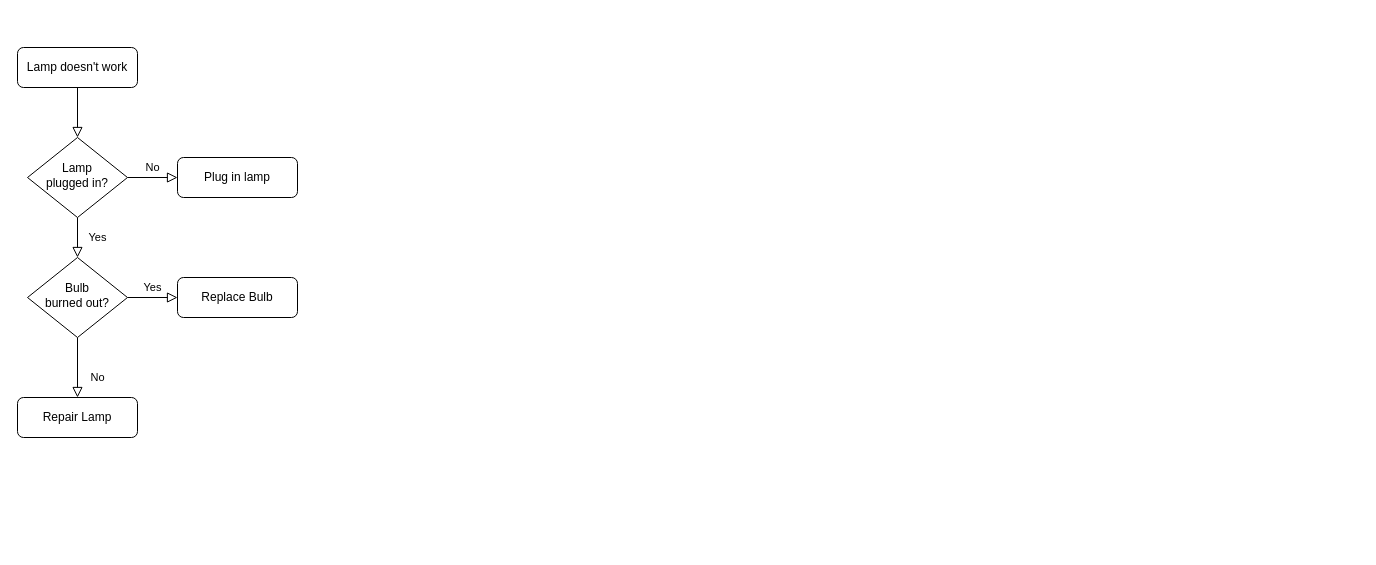
Above: Untitled Diagram.drawio in kimsk920825/daily_commit (draw.io), before the change. Source tidied: cells renumbered, new cells numbered last; positions are measured from the earlier drawing's top-left corner, leaving out a move shared by most shapes. Both pictures are drawn from the tidied source at 100%, with x=0, y=0 at pixel (17, 47).
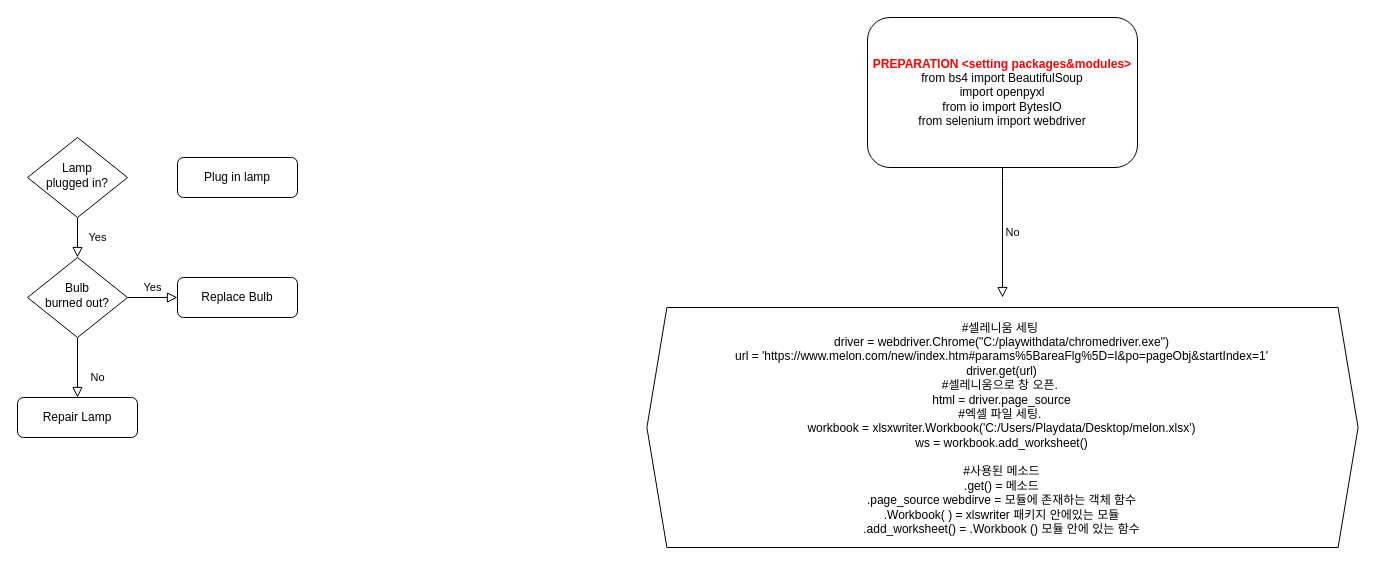
The same page after the edit.

Commit message:
Preparation and initialization

Change to the diagram source:
```diff
@@
 <mxGraphModel>
   <root>
     <mxCell id="0" />
     <mxCell id="1" parent="0" />
-    <mxCell id="2" style="rounded=0;html=1;jettySize=auto;fontSize=11;endArrow=block;endFill=0;endSize=8;strokeWidth=1;shadow=0;labelBackgroundColor=none;edgeStyle=orthogonalEdgeStyle;" parent="1" edge="1" source="3" target="6">
-      <mxGeometry relative="1" as="geometry" />
-    </mxCell>
+    <mxCell id="13" value="&lt;div&gt;#셀레니움 세팅&amp;nbsp;&lt;/div&gt;&lt;div&gt;driver = webdriver.Chrome(&quot;C:/playwithdata/chromedriver.exe&quot;)&lt;/div&gt;&lt;div&gt;url = 'https://www.melon.com/new/index.htm#params%5BareaFlg%5D=I&amp;amp;po=pageObj&amp;amp;startIndex=1'&lt;/div&gt;&lt;div&gt;driver.get(url)&lt;/div&gt;&lt;div&gt;#셀레니움으로 창 오픈.&amp;nbsp;&lt;/div&gt;&lt;div&gt;html = driver.page_source&lt;/div&gt;&lt;div&gt;#엑셀 파일 세팅.&amp;nbsp;&lt;/div&gt;&lt;div&gt;workbook = xlsxwriter.Workbook('C:/Users/Playdata/Desktop/melon.xlsx')&lt;/div&gt;&lt;div&gt;ws = workbook.add_worksheet()&lt;/div&gt;&lt;div&gt;&lt;br&gt;&lt;/div&gt;&lt;div&gt;#사용된 메소드&lt;/div&gt;&lt;div&gt;.get() = 메소드&lt;/div&gt;&lt;div&gt;.page_source webdirve = 모듈에 존재하는 객체 함수&lt;/div&gt;&lt;div&gt;.Workbook( ) = xlswriter 패키지 안에있는 모듈&lt;/div&gt;&lt;div&gt;.add_worksheet() = .Workbook () 모듈 안에 있는 함수&lt;/div&gt;" style="shape=hexagon;perimeter=hexagonPerimeter2;whiteSpace=wrap;html=1;fixedSize=1;spacingTop=2;spacingLeft=0;verticalAlign=middle;" parent="1" vertex="1">
+      <mxGeometry x="629.4" y="260" width="711.2" height="240" as="geometry" />
+    </mxCell>
-    <mxCell id="3" value="Lamp doesn't work" style="rounded=1;whiteSpace=wrap;html=1;fontSize=12;glass=0;strokeWidth=1;shadow=0;" parent="1" vertex="1">
-      <mxGeometry width="120" height="40" as="geometry" />
+    <mxCell id="3" value="&lt;div&gt;&lt;b&gt;&lt;font color=&quot;#ff0000&quot;&gt;PREPARATION &amp;lt;setting packages&amp;amp;modules&amp;gt;&lt;/font&gt;&lt;/b&gt;&lt;/div&gt;&lt;div&gt;from bs4 import BeautifulSoup&lt;/div&gt;&lt;div&gt;import openpyxl&lt;/div&gt;&lt;div&gt;from io import BytesIO&lt;/div&gt;&lt;div&gt;from selenium import webdriver&lt;/div&gt;" style="rounded=1;whiteSpace=wrap;html=1;fontSize=12;glass=0;strokeWidth=1;shadow=0;labelPosition=center;verticalLabelPosition=middle;align=center;verticalAlign=middle;" parent="1" vertex="1">
+      <mxGeometry x="850" y="-30" width="270" height="150" as="geometry" />
     </mxCell>
     <mxCell id="4" value="Yes" style="rounded=0;html=1;jettySize=auto;fontSize=11;endArrow=block;endFill=0;endSize=8;strokeWidth=1;shadow=0;labelBackgroundColor=none;edgeStyle=orthogonalEdgeStyle;" parent="1" edge="1" source="6" target="10">
       <mxGeometry y="20" relative="1" as="geometry" />
     </mxCell>
-    <mxCell id="5" value="No" style="edgeStyle=orthogonalEdgeStyle;rounded=0;html=1;jettySize=auto;fontSize=11;endArrow=block;endFill=0;endSize=8;strokeWidth=1;shadow=0;labelBackgroundColor=none;" parent="1" edge="1" source="6" target="7">
-      <mxGeometry y="10" relative="1" as="geometry" />
-    </mxCell>
     <mxCell id="6" value="Lamp&lt;br&gt;plugged in?" style="rhombus;whiteSpace=wrap;html=1;shadow=0;fontFamily=Helvetica;fontSize=12;align=center;strokeWidth=1;spacing=6;spacingTop=-4;" parent="1" vertex="1">
       <mxGeometry x="10" y="90" width="100" height="80" as="geometry" />
     </mxCell>
     <mxCell id="7" value="Plug in lamp" style="rounded=1;whiteSpace=wrap;html=1;fontSize=12;glass=0;strokeWidth=1;shadow=0;" parent="1" vertex="1">
       <mxGeometry x="160" y="110" width="120" height="40" as="geometry" />
     </mxCell>
     <mxCell id="8" value="No" style="rounded=0;html=1;jettySize=auto;fontSize=11;endArrow=block;endFill=0;endSize=8;strokeWidth=1;shadow=0;labelBackgroundColor=none;edgeStyle=orthogonalEdgeStyle;" parent="1" edge="1" source="10" target="11">
       <mxGeometry x="0.33" y="20" relative="1" as="geometry" />
     </mxCell>
     <mxCell id="9" value="Yes" style="edgeStyle=orthogonalEdgeStyle;rounded=0;html=1;jettySize=auto;fontSize=11;endArrow=block;endFill=0;endSize=8;strokeWidth=1;shadow=0;labelBackgroundColor=none;" parent="1" edge="1" source="10" target="12">
       <mxGeometry y="10" relative="1" as="geometry" />
     </mxCell>
     <mxCell id="10" value="Bulb&lt;br&gt;burned out?" style="rhombus;whiteSpace=wrap;html=1;shadow=0;fontFamily=Helvetica;fontSize=12;align=center;strokeWidth=1;spacing=6;spacingTop=-4;" parent="1" vertex="1">
       <mxGeometry x="10" y="210" width="100" height="80" as="geometry" />
     </mxCell>
     <mxCell id="11" value="Repair Lamp" style="rounded=1;whiteSpace=wrap;html=1;fontSize=12;glass=0;strokeWidth=1;shadow=0;" parent="1" vertex="1">
       <mxGeometry y="350" width="120" height="40" as="geometry" />
     </mxCell>
     <mxCell id="12" value="Replace Bulb" style="rounded=1;whiteSpace=wrap;html=1;fontSize=12;glass=0;strokeWidth=1;shadow=0;" parent="1" vertex="1">
       <mxGeometry x="160" y="230" width="120" height="40" as="geometry" />
     </mxCell>
+    <mxCell id="5" value="No" style="edgeStyle=orthogonalEdgeStyle;rounded=0;html=1;jettySize=auto;fontSize=11;endArrow=block;endFill=0;endSize=8;strokeWidth=1;shadow=0;labelBackgroundColor=none;exitX=0.5;exitY=1;exitDx=0;exitDy=0;" parent="1" edge="1" source="3">
+      <mxGeometry y="10" relative="1" as="geometry">
+        <mxPoint x="985" y="250" as="targetPoint" />
+        <Array as="points">
+          <mxPoint x="985" y="130" />
+        </Array>
+      </mxGeometry>
+    </mxCell>
   </root>
 </mxGraphModel>
```
